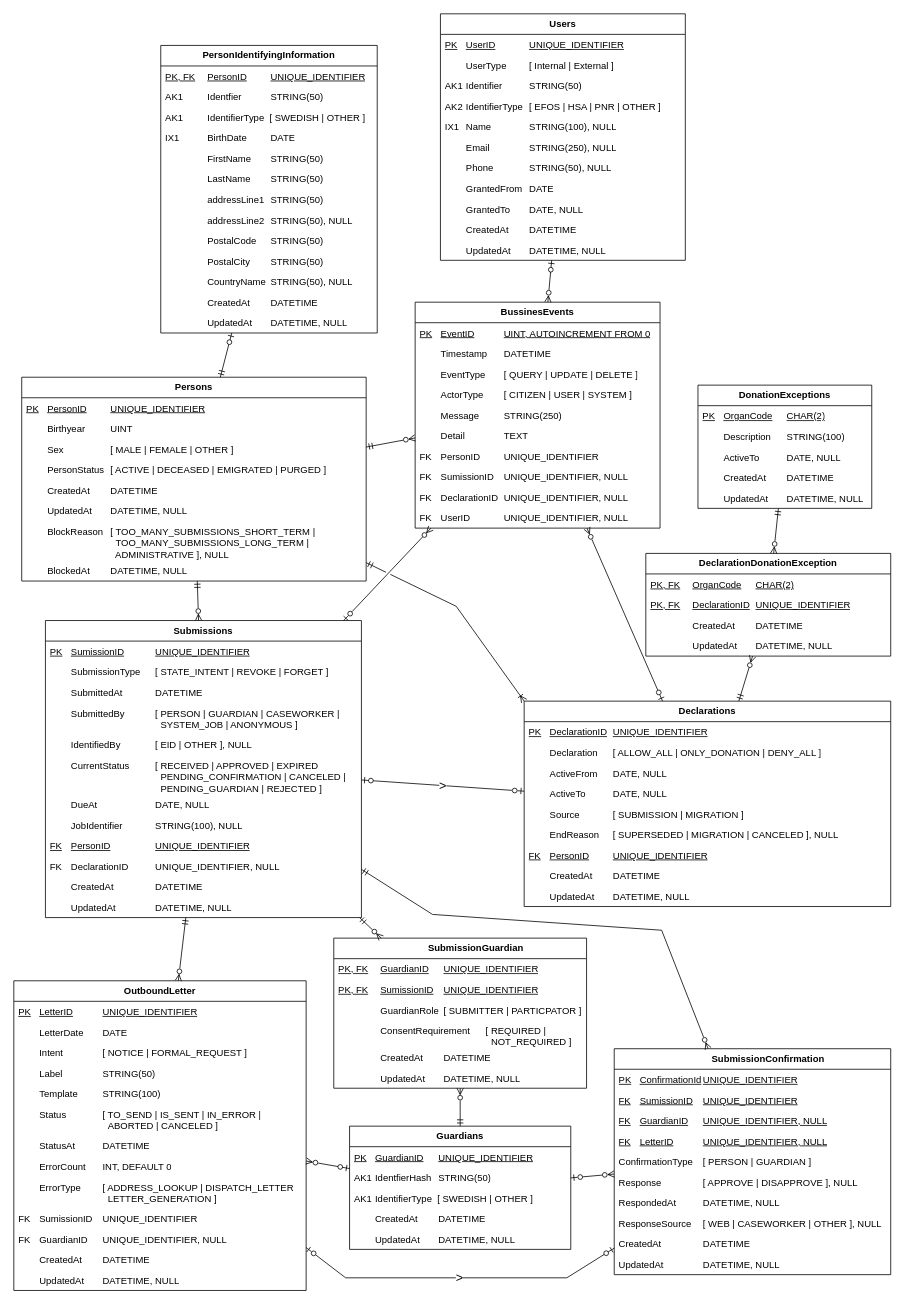
Earlier version of the draw.io diagram page "Stående Logisk modell" (8 of 9) of Donationsregister.drawio (bhagqvist-consid/ICD11). Source tidied: cells renumbered, new cells numbered last; positions are measured from the earlier drawing's top-left corner, leaving out a move shared by most shapes. Both pictures are drawn from the tidied source at 79%, with x=0, y=0 at pixel (13, 13).
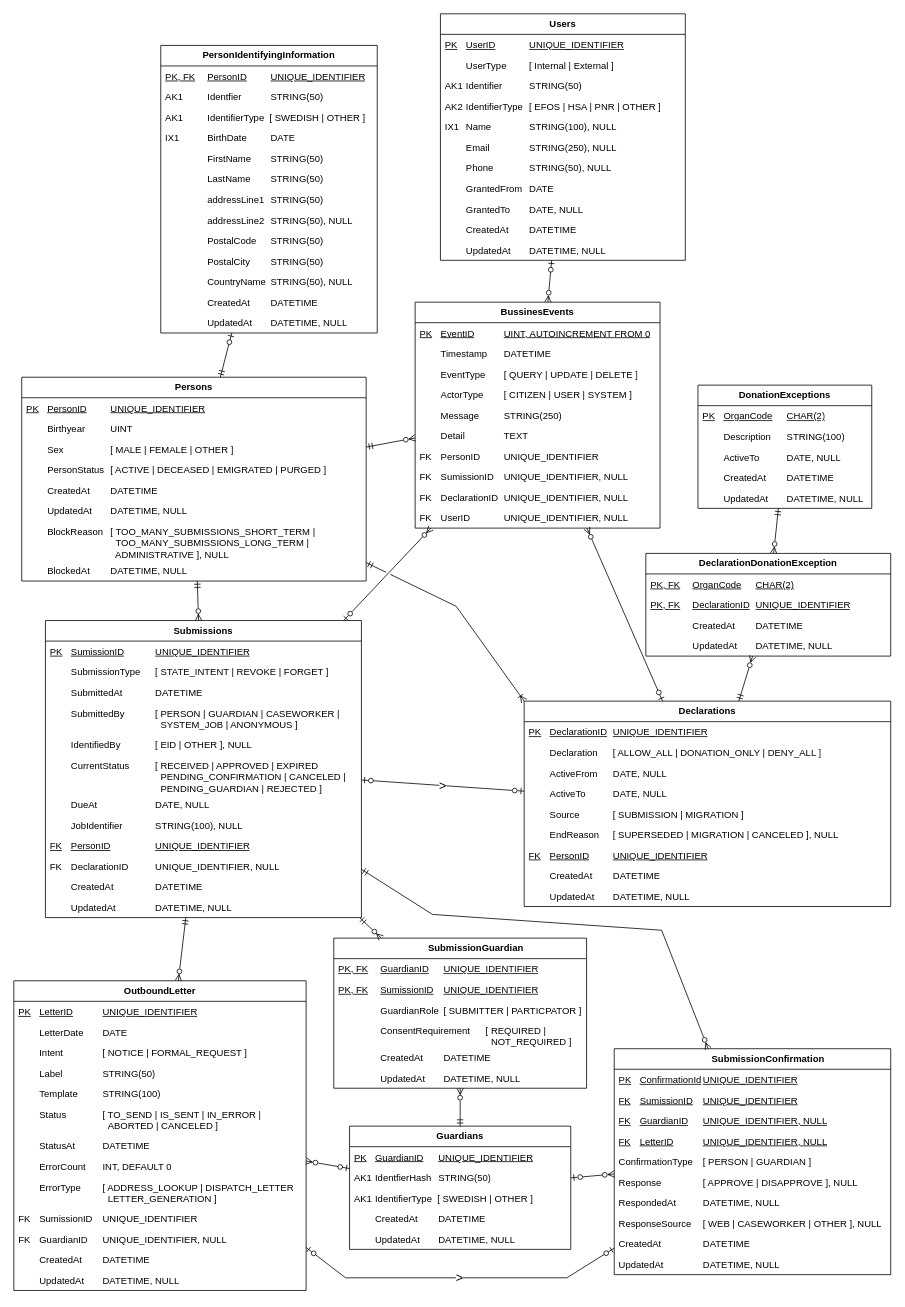
The same diagram, later.

Unchanged cells that the change refers to:
```xml
<mxCell id="24" value="Declarations" style="swimlane;fontStyle=1;horizontal=1;startSize=26;fillColor=none;whiteSpace=wrap;html=1;" parent="1" vertex="1">
  <mxGeometry x="646" y="870" width="464" height="260" as="geometry" />
</mxCell>
```

What changed in the source:
```diff
@@
-    <mxCell id="26" value="&lt;span style=&quot;white-space: pre;&quot;&gt;&#9;&lt;/span&gt;Declaration&lt;span style=&quot;white-space: pre;&quot;&gt;&#9;&lt;/span&gt;[ ALLOW_ALL | ONLY_DONATION |&amp;nbsp;DENY_ALL ]" style="text;strokeColor=none;fillColor=none;align=left;verticalAlign=top;spacingLeft=4;spacingRight=4;overflow=hidden;whiteSpace=wrap;html=1;" parent="24" vertex="1">
+    <mxCell id="26" value="&lt;span style=&quot;white-space: pre;&quot;&gt;&#9;&lt;/span&gt;Declaration&lt;span style=&quot;white-space: pre;&quot;&gt;&#9;&lt;/span&gt;[ ALLOW_ALL | DONATION_ONLY&amp;nbsp;|&amp;nbsp;DENY_ALL ]" style="text;strokeColor=none;fillColor=none;align=left;verticalAlign=top;spacingLeft=4;spacingRight=4;overflow=hidden;whiteSpace=wrap;html=1;" parent="24" vertex="1">
       <mxGeometry y="52" width="464" height="26" as="geometry" />
     </mxCell>
```
